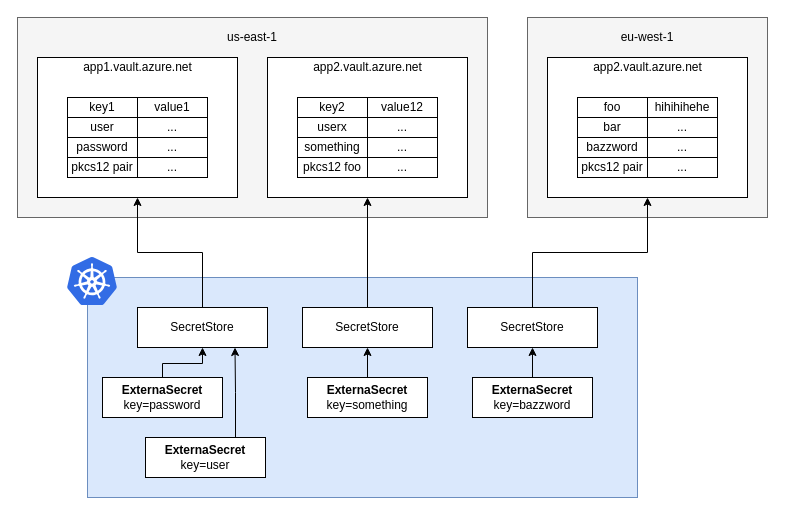
Above: page "provider-azure-kv" (4 of 11) of docs/pictures/diagrams.drawio in external-secrets/external-secrets (draw.io), before the change. Source tidied: cells renumbered, new cells numbered last; positions are measured from the earlier drawing's top-left corner, leaving out a move shared by most shapes. Both pictures are drawn from the tidied source at 100%, with x=0, y=0 at pixel (17, 17).
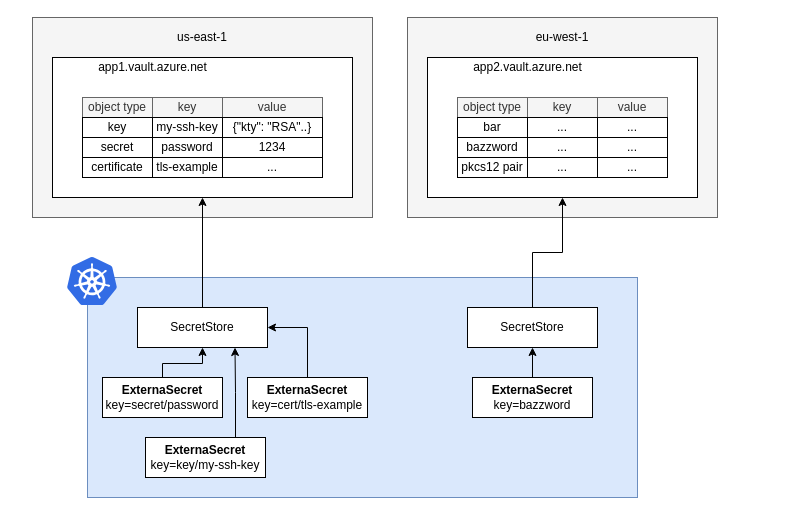
After the change.

Unchanged cells that the change refers to:
```xml
<mxCell id="40" value="SecretStore&lt;br&gt;" style="rounded=0;whiteSpace=wrap;html=1;" parent="1" vertex="1">
  <mxGeometry x="120" y="290" width="130" height="40" as="geometry" />
</mxCell>
```

The edit, as a diff of the source:
```diff
@@
     <mxCell id="3" style="rounded=0;whiteSpace=wrap;html=1;fillColor=#f5f5f5;strokeColor=#666666;fontColor=#333333;" parent="1" vertex="1">
-      <mxGeometry width="470" height="200" as="geometry" />
+      <mxGeometry x="15" width="340" height="200" as="geometry" />
     </mxCell>
     <mxCell id="4" style="rounded=0;whiteSpace=wrap;html=1;fillColor=#f5f5f5;strokeColor=#666666;fontColor=#333333;" parent="1" vertex="1">
-      <mxGeometry x="510" width="240" height="200" as="geometry" />
+      <mxGeometry x="390" width="310" height="200" as="geometry" />
     </mxCell>
     <mxCell id="5" value="us-east-1" style="text;html=1;strokeColor=none;fillColor=none;align=center;verticalAlign=middle;whiteSpace=wrap;rounded=0;" parent="1" vertex="1">
-      <mxGeometry x="205" y="10" width="60" height="20" as="geometry" />
+      <mxGeometry x="155" y="10" width="60" height="20" as="geometry" />
     </mxCell>
     <mxCell id="6" value="eu-west-1" style="text;html=1;strokeColor=none;fillColor=none;align=center;verticalAlign=middle;whiteSpace=wrap;rounded=0;" parent="1" vertex="1">
-      <mxGeometry x="600" y="10" width="60" height="20" as="geometry" />
+      <mxGeometry x="515" y="10" width="60" height="20" as="geometry" />
     </mxCell>
-    <mxCell id="7" style="rounded=0;whiteSpace=wrap;html=1;" parent="1" vertex="1">
-      <mxGeometry x="250" y="40" width="200" height="140" as="geometry" />
-    </mxCell>
-    <mxCell id="8" value="app2.vault.azure.net" style="text;html=1;align=center;verticalAlign=middle;" parent="1" vertex="1">
-      <mxGeometry x="290" y="40" width="120" height="20" as="geometry" />
-    </mxCell>
-    <mxCell id="9" style="edgeStyle=orthogonalEdgeStyle;rounded=0;jettySize=auto;html=1;exitX=0.5;exitY=0;exitDx=0;exitDy=0;entryX=0.5;entryY=1;entryDx=0;entryDy=0;" parent="1" edge="1" source="10" target="7">
-      <mxGeometry relative="1" as="geometry" />
-    </mxCell>
-    <mxCell id="10" value="SecretStore&lt;br&gt;" style="rounded=0;whiteSpace=wrap;html=1;" parent="1" vertex="1">
-      <mxGeometry x="285" y="290" width="130" height="40" as="geometry" />
-    </mxCell>
-    <mxCell id="11" value="key2" style="rounded=0;whiteSpace=wrap;html=1;" parent="1" vertex="1">
-      <mxGeometry x="280" y="80" width="70" height="20" as="geometry" />
-    </mxCell>
-    <mxCell id="12" value="value12" style="rounded=0;whiteSpace=wrap;html=1;" parent="1" vertex="1">
-      <mxGeometry x="350" y="80" width="70" height="20" as="geometry" />
-    </mxCell>
-    <mxCell id="13" value="userx" style="rounded=0;whiteSpace=wrap;html=1;" parent="1" vertex="1">
-      <mxGeometry x="280" y="100" width="70" height="20" as="geometry" />
-    </mxCell>
-    <mxCell id="14" value="..." style="rounded=0;whiteSpace=wrap;html=1;" parent="1" vertex="1">
-      <mxGeometry x="350" y="100" width="70" height="20" as="geometry" />
-    </mxCell>
-    <mxCell id="15" value="something" style="rounded=0;whiteSpace=wrap;html=1;" parent="1" vertex="1">
-      <mxGeometry x="280" y="120" width="70" height="20" as="geometry" />
-    </mxCell>
-    <mxCell id="16" value="..." style="rounded=0;whiteSpace=wrap;html=1;" parent="1" vertex="1">
-      <mxGeometry x="350" y="120" width="70" height="20" as="geometry" />
-    </mxCell>
-    <mxCell id="17" value="pkcs12 foo" style="rounded=0;whiteSpace=wrap;html=1;" parent="1" vertex="1">
-      <mxGeometry x="280" y="140" width="70" height="20" as="geometry" />
-    </mxCell>
-    <mxCell id="18" value="..." style="rounded=0;whiteSpace=wrap;html=1;" parent="1" vertex="1">
-      <mxGeometry x="350" y="140" width="70" height="20" as="geometry" />
-    </mxCell>
     <mxCell id="19" style="rounded=0;whiteSpace=wrap;html=1;" parent="1" vertex="1">
-      <mxGeometry x="20" y="40" width="200" height="140" as="geometry" />
+      <mxGeometry x="35" y="40" width="300" height="140" as="geometry" />
     </mxCell>
     <mxCell id="20" value="app1.vault.azure.net" style="text;html=1;align=center;verticalAlign=middle;" parent="1" vertex="1">
-      <mxGeometry x="60" y="40" width="120" height="20" as="geometry" />
+      <mxGeometry x="75" y="40" width="120" height="20" as="geometry" />
     </mxCell>
-    <mxCell id="21" value="key1" style="rounded=0;whiteSpace=wrap;html=1;" parent="1" vertex="1">
-      <mxGeometry x="50" y="80" width="70" height="20" as="geometry" />
+    <mxCell id="21" value="key" style="rounded=0;whiteSpace=wrap;html=1;fillColor=#f5f5f5;strokeColor=#666666;fontColor=#333333;" parent="1" vertex="1">
+      <mxGeometry x="135" y="80" width="70" height="20" as="geometry" />
     </mxCell>
-    <mxCell id="22" value="value1" style="rounded=0;whiteSpace=wrap;html=1;" parent="1" vertex="1">
-      <mxGeometry x="120" y="80" width="70" height="20" as="geometry" />
+    <mxCell id="22" value="object type" style="rounded=0;whiteSpace=wrap;html=1;fillColor=#f5f5f5;strokeColor=#666666;fontColor=#333333;" parent="1" vertex="1">
+      <mxGeometry x="65" y="80" width="70" height="20" as="geometry" />
     </mxCell>
-    <mxCell id="23" value="user" style="rounded=0;whiteSpace=wrap;html=1;" parent="1" vertex="1">
-      <mxGeometry x="50" y="100" width="70" height="20" as="geometry" />
+    <mxCell id="23" value="my-ssh-key" style="rounded=0;whiteSpace=wrap;html=1;" parent="1" vertex="1">
+      <mxGeometry x="135" y="100" width="70" height="20" as="geometry" />
     </mxCell>
-    <mxCell id="24" value="..." style="rounded=0;whiteSpace=wrap;html=1;" parent="1" vertex="1">
-      <mxGeometry x="120" y="100" width="70" height="20" as="geometry" />
+    <mxCell id="24" value="key" style="rounded=0;whiteSpace=wrap;html=1;" parent="1" vertex="1">
+      <mxGeometry x="65" y="100" width="70" height="20" as="geometry" />
     </mxCell>
     <mxCell id="25" value="password" style="rounded=0;whiteSpace=wrap;html=1;" parent="1" vertex="1">
-      <mxGeometry x="50" y="120" width="70" height="20" as="geometry" />
+      <mxGeometry x="135" y="120" width="70" height="20" as="geometry" />
     </mxCell>
-    <mxCell id="26" value="..." style="rounded=0;whiteSpace=wrap;html=1;" parent="1" vertex="1">
-      <mxGeometry x="120" y="120" width="70" height="20" as="geometry" />
+    <mxCell id="26" value="secret" style="rounded=0;whiteSpace=wrap;html=1;" parent="1" vertex="1">
+      <mxGeometry x="65" y="120" width="70" height="20" as="geometry" />
     </mxCell>
-    <mxCell id="27" value="pkcs12 pair" style="rounded=0;whiteSpace=wrap;html=1;" parent="1" vertex="1">
-      <mxGeometry x="50" y="140" width="70" height="20" as="geometry" />
+    <mxCell id="27" value="tls-example" style="rounded=0;whiteSpace=wrap;html=1;" parent="1" vertex="1">
+      <mxGeometry x="135" y="140" width="70" height="20" as="geometry" />
     </mxCell>
-    <mxCell id="28" value="..." style="rounded=0;whiteSpace=wrap;html=1;" parent="1" vertex="1">
-      <mxGeometry x="120" y="140" width="70" height="20" as="geometry" />
+    <mxCell id="28" value="certificate" style="rounded=0;whiteSpace=wrap;html=1;" parent="1" vertex="1">
+      <mxGeometry x="65" y="140" width="70" height="20" as="geometry" />
     </mxCell>
     <mxCell id="29" style="rounded=0;whiteSpace=wrap;html=1;" parent="1" vertex="1">
-      <mxGeometry x="530" y="40" width="200" height="140" as="geometry" />
+      <mxGeometry x="410" y="40" width="270" height="140" as="geometry" />
     </mxCell>
     <mxCell id="30" value="app2.vault.azure.net" style="text;html=1;align=center;verticalAlign=middle;" parent="1" vertex="1">
-      <mxGeometry x="570" y="40" width="120" height="20" as="geometry" />
+      <mxGeometry x="450" y="40" width="120" height="20" as="geometry" />
     </mxCell>
-    <mxCell id="31" value="foo" style="rounded=0;whiteSpace=wrap;html=1;" parent="1" vertex="1">
-      <mxGeometry x="560" y="80" width="70" height="20" as="geometry" />
+    <mxCell id="31" value="object type" style="rounded=0;whiteSpace=wrap;html=1;fillColor=#f5f5f5;strokeColor=#666666;fontColor=#333333;" parent="1" vertex="1">
+      <mxGeometry x="440" y="80" width="70" height="20" as="geometry" />
     </mxCell>
-    <mxCell id="32" value="hihihihehe" style="rounded=0;whiteSpace=wrap;html=1;" parent="1" vertex="1">
-      <mxGeometry x="630" y="80" width="70" height="20" as="geometry" />
+    <mxCell id="32" value="key" style="rounded=0;whiteSpace=wrap;html=1;fillColor=#f5f5f5;strokeColor=#666666;fontColor=#333333;" parent="1" vertex="1">
+      <mxGeometry x="510" y="80" width="70" height="20" as="geometry" />
     </mxCell>
     <mxCell id="33" value="bar" style="rounded=0;whiteSpace=wrap;html=1;" parent="1" vertex="1">
-      <mxGeometry x="560" y="100" width="70" height="20" as="geometry" />
+      <mxGeometry x="440" y="100" width="70" height="20" as="geometry" />
     </mxCell>
     <mxCell id="34" value="..." style="rounded=0;whiteSpace=wrap;html=1;" parent="1" vertex="1">
-      <mxGeometry x="630" y="100" width="70" height="20" as="geometry" />
+      <mxGeometry x="510" y="100" width="70" height="20" as="geometry" />
     </mxCell>
     <mxCell id="35" value="bazzword" style="rounded=0;whiteSpace=wrap;html=1;" parent="1" vertex="1">
-      <mxGeometry x="560" y="120" width="70" height="20" as="geometry" />
+      <mxGeometry x="440" y="120" width="70" height="20" as="geometry" />
     </mxCell>
     <mxCell id="36" value="..." style="rounded=0;whiteSpace=wrap;html=1;" parent="1" vertex="1">
-      <mxGeometry x="630" y="120" width="70" height="20" as="geometry" />
+      <mxGeometry x="510" y="120" width="70" height="20" as="geometry" />
     </mxCell>
     <mxCell id="37" value="pkcs12 pair" style="rounded=0;whiteSpace=wrap;html=1;" parent="1" vertex="1">
-      <mxGeometry x="560" y="140" width="70" height="20" as="geometry" />
+      <mxGeometry x="440" y="140" width="70" height="20" as="geometry" />
     </mxCell>
     <mxCell id="38" value="..." style="rounded=0;whiteSpace=wrap;html=1;" parent="1" vertex="1">
-      <mxGeometry x="630" y="140" width="70" height="20" as="geometry" />
+      <mxGeometry x="510" y="140" width="70" height="20" as="geometry" />
     </mxCell>
@@
-    <mxCell id="45" value="&lt;b&gt;ExternaSecret&lt;br&gt;&lt;/b&gt;key=password" style="rounded=0;whiteSpace=wrap;html=1;" parent="1" vertex="1">
+    <mxCell id="45" value="&lt;b&gt;ExternaSecret&lt;br&gt;&lt;/b&gt;key=secret/password" style="rounded=0;whiteSpace=wrap;html=1;" parent="1" vertex="1">
       <mxGeometry x="85" y="360" width="120" height="40" as="geometry" />
     </mxCell>
@@
-    <mxCell id="47" value="&lt;b&gt;ExternaSecret&lt;br&gt;&lt;/b&gt;key=user" style="rounded=0;whiteSpace=wrap;html=1;" parent="1" vertex="1">
+    <mxCell id="47" value="&lt;b&gt;ExternaSecret&lt;br&gt;&lt;/b&gt;key=key/my-ssh-key" style="rounded=0;whiteSpace=wrap;html=1;" parent="1" vertex="1">
       <mxGeometry x="128" y="420" width="120" height="40" as="geometry" />
     </mxCell>
-    <mxCell id="48" style="edgeStyle=orthogonalEdgeStyle;rounded=0;jettySize=auto;html=1;exitX=0.5;exitY=0;exitDx=0;exitDy=0;entryX=0.5;entryY=1;entryDx=0;entryDy=0;" parent="1" edge="1" source="49" target="10">
+    <mxCell id="48" style="edgeStyle=orthogonalEdgeStyle;rounded=0;jettySize=auto;html=1;exitX=0.5;exitY=0;exitDx=0;exitDy=0;entryX=1;entryY=0.5;entryDx=0;entryDy=0;" parent="1" edge="1" source="49" target="40">
       <mxGeometry relative="1" as="geometry" />
     </mxCell>
-    <mxCell id="49" value="&lt;b&gt;ExternaSecret&lt;br&gt;&lt;/b&gt;key=something" style="rounded=0;whiteSpace=wrap;html=1;" parent="1" vertex="1">
-      <mxGeometry x="290" y="360" width="120" height="40" as="geometry" />
+    <mxCell id="49" value="&lt;b&gt;ExternaSecret&lt;br&gt;&lt;/b&gt;key=cert/tls-example" style="rounded=0;whiteSpace=wrap;html=1;" parent="1" vertex="1">
+      <mxGeometry x="230" y="360" width="120" height="40" as="geometry" />
     </mxCell>
@@
+    <mxCell id="52" value="value" style="rounded=0;whiteSpace=wrap;html=1;fillColor=#f5f5f5;strokeColor=#666666;fontColor=#333333;" parent="1" vertex="1">
+      <mxGeometry x="205" y="80" width="100" height="20" as="geometry" />
+    </mxCell>
+    <mxCell id="53" value="{&quot;kty&quot;: &quot;RSA&quot;..}" style="rounded=0;whiteSpace=wrap;html=1;" parent="1" vertex="1">
+      <mxGeometry x="205" y="100" width="100" height="20" as="geometry" />
+    </mxCell>
+    <mxCell id="54" value="1234" style="rounded=0;whiteSpace=wrap;html=1;" parent="1" vertex="1">
+      <mxGeometry x="205" y="120" width="100" height="20" as="geometry" />
+    </mxCell>
+    <mxCell id="55" value="..." style="rounded=0;whiteSpace=wrap;html=1;" parent="1" vertex="1">
+      <mxGeometry x="205" y="140" width="100" height="20" as="geometry" />
+    </mxCell>
+    <mxCell id="56" value="value" style="rounded=0;whiteSpace=wrap;html=1;fillColor=#f5f5f5;strokeColor=#666666;fontColor=#333333;" parent="1" vertex="1">
+      <mxGeometry x="580" y="80" width="70" height="20" as="geometry" />
+    </mxCell>
+    <mxCell id="57" value="..." style="rounded=0;whiteSpace=wrap;html=1;" parent="1" vertex="1">
+      <mxGeometry x="580" y="100" width="70" height="20" as="geometry" />
+    </mxCell>
+    <mxCell id="58" value="..." style="rounded=0;whiteSpace=wrap;html=1;" parent="1" vertex="1">
+      <mxGeometry x="580" y="120" width="70" height="20" as="geometry" />
+    </mxCell>
+    <mxCell id="59" value="..." style="rounded=0;whiteSpace=wrap;html=1;" parent="1" vertex="1">
+      <mxGeometry x="580" y="140" width="70" height="20" as="geometry" />
+    </mxCell>
```
